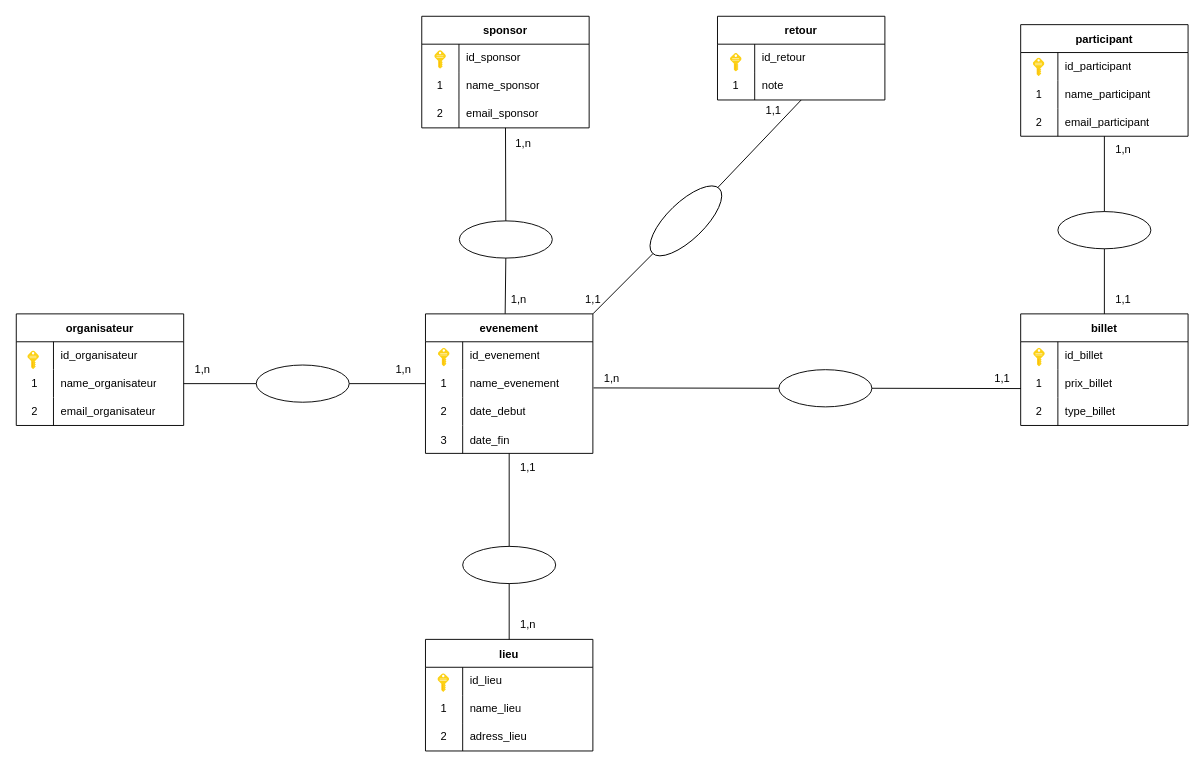
Zakaria-Kharroub/Connect-Event keeps this draw.io diagram as mcd.drawio. Above is the earlier version. Source tidied: cells renumbered, new cells numbered last; positions are measured from the earlier drawing's top-left corner, leaving out a move shared by most shapes. Both pictures are drawn from the tidied source at 93%, with x=0, y=0 at pixel (16, 16).
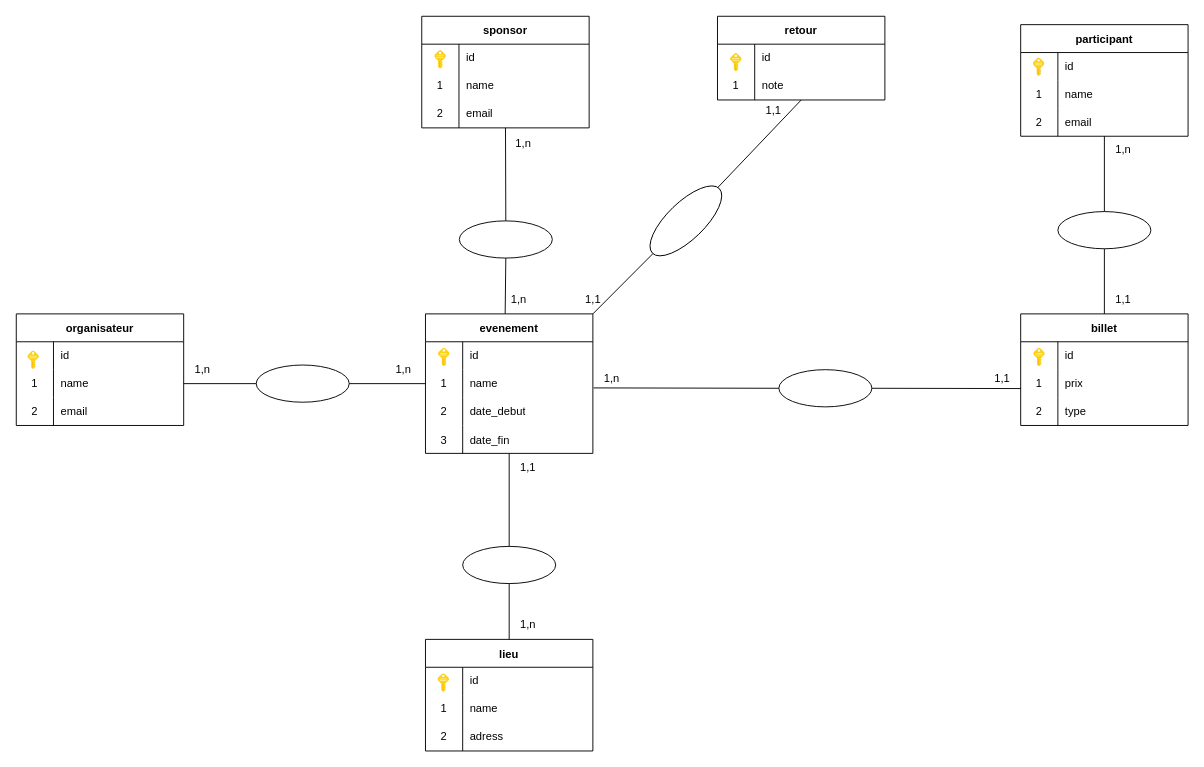
Above is the later version.

The change refers to these unchanged cells:
```xml
<mxCell id="3" style="shape=tableRow;horizontal=0;startSize=0;swimlaneHead=0;swimlaneBody=0;top=0;left=0;bottom=0;right=0;fillColor=none;" parent="2" vertex="1">
  <mxGeometry y="30" width="180" height="30" as="geometry" />
</mxCell>
<mxCell id="6" style="shape=tableRow;horizontal=0;startSize=0;swimlaneHead=0;swimlaneBody=0;top=0;left=0;bottom=0;right=0;fillColor=none;points=[[0,0.5],[1,0.5]];portConstraint=eastwest;" parent="2" vertex="1">
  <mxGeometry y="60" width="180" height="30" as="geometry" />
</mxCell>
<mxCell id="17" style="shape=tableRow;horizontal=0;startSize=0;swimlaneHead=0;swimlaneBody=0;top=0;left=0;bottom=0;right=0;fillColor=none;" parent="16" vertex="1">
  <mxGeometry y="30" width="180" height="30" as="geometry" />
</mxCell>
<mxCell id="20" style="shape=tableRow;horizontal=0;startSize=0;swimlaneHead=0;swimlaneBody=0;top=0;left=0;bottom=0;right=0;fillColor=none;" parent="16" vertex="1">
  <mxGeometry y="60" width="180" height="30" as="geometry" />
</mxCell>
<mxCell id="23" style="shape=tableRow;horizontal=0;startSize=0;swimlaneHead=0;swimlaneBody=0;top=0;left=0;bottom=0;right=0;fillColor=none;points=[[0,0.5],[1,0.5]];portConstraint=eastwest;" parent="16" vertex="1">
  <mxGeometry y="90" width="180" height="30" as="geometry" />
</mxCell>
<mxCell id="28" style="shape=tableRow;horizontal=0;startSize=0;swimlaneHead=0;swimlaneBody=0;top=0;left=0;bottom=0;right=0;fillColor=none;" parent="27" vertex="1">
  <mxGeometry y="30" width="180" height="30" as="geometry" />
</mxCell>
<mxCell id="31" style="shape=tableRow;horizontal=0;startSize=0;swimlaneHead=0;swimlaneBody=0;top=0;left=0;bottom=0;right=0;fillColor=none;" parent="27" vertex="1">
  <mxGeometry y="60" width="180" height="30" as="geometry" />
</mxCell>
<mxCell id="34" style="shape=tableRow;horizontal=0;startSize=0;swimlaneHead=0;swimlaneBody=0;top=0;left=0;bottom=0;right=0;fillColor=none;" parent="27" vertex="1">
  <mxGeometry y="90" width="180" height="30" as="geometry" />
</mxCell>
<mxCell id="39" style="shape=tableRow;horizontal=0;startSize=0;swimlaneHead=0;swimlaneBody=0;top=0;left=0;bottom=0;right=0;fillColor=none;" parent="38" vertex="1">
  <mxGeometry y="30" width="180" height="30" as="geometry" />
</mxCell>
<mxCell id="42" style="shape=tableRow;horizontal=0;startSize=0;swimlaneHead=0;swimlaneBody=0;top=0;left=0;bottom=0;right=0;fillColor=none;" parent="38" vertex="1">
  <mxGeometry y="60" width="180" height="30" as="geometry" />
</mxCell>
<mxCell id="45" style="shape=tableRow;horizontal=0;startSize=0;swimlaneHead=0;swimlaneBody=0;top=0;left=0;bottom=0;right=0;fillColor=none;points=[[0,0.5],[1,0.5]];portConstraint=eastwest;" parent="38" vertex="1">
  <mxGeometry y="90" width="180" height="30" as="geometry" />
</mxCell>
<mxCell id="50" style="shape=tableRow;horizontal=0;startSize=0;swimlaneHead=0;swimlaneBody=0;top=0;left=0;bottom=0;right=0;fillColor=none;" parent="49" vertex="1">
  <mxGeometry y="30" width="180" height="30" as="geometry" />
</mxCell>
<mxCell id="53" style="shape=tableRow;horizontal=0;startSize=0;swimlaneHead=0;swimlaneBody=0;top=0;left=0;bottom=0;right=0;fillColor=none;points=[[0,0.5],[1,0.5]];portConstraint=eastwest;" parent="49" vertex="1">
  <mxGeometry y="60" width="180" height="30" as="geometry" />
</mxCell>
<mxCell id="56" style="shape=tableRow;horizontal=0;startSize=0;swimlaneHead=0;swimlaneBody=0;top=0;left=0;bottom=0;right=0;fillColor=none;" parent="49" vertex="1">
  <mxGeometry y="90" width="180" height="30" as="geometry" />
</mxCell>
<mxCell id="61" style="shape=tableRow;horizontal=0;startSize=0;swimlaneHead=0;swimlaneBody=0;top=0;left=0;bottom=0;right=0;fillColor=none;" parent="60" vertex="1">
  <mxGeometry y="30" width="180" height="30" as="geometry" />
</mxCell>
<mxCell id="64" style="shape=tableRow;horizontal=0;startSize=0;swimlaneHead=0;swimlaneBody=0;top=0;left=0;bottom=0;right=0;fillColor=none;points=[[0,0.5],[1,0.5]];portConstraint=eastwest;" parent="60" vertex="1">
  <mxGeometry y="60" width="180" height="30" as="geometry" />
</mxCell>
<mxCell id="67" style="shape=tableRow;horizontal=0;startSize=0;swimlaneHead=0;swimlaneBody=0;top=0;left=0;bottom=0;right=0;fillColor=none;" parent="60" vertex="1">
  <mxGeometry y="90" width="180" height="30" as="geometry" />
</mxCell>
<mxCell id="71" style="shape=tableRow;horizontal=0;startSize=0;swimlaneHead=0;swimlaneBody=0;top=0;left=0;bottom=0;right=0;fillColor=none;" parent="70" vertex="1">
  <mxGeometry y="30" width="180" height="30" as="geometry" />
</mxCell>
```

Diff of the diagram source:
```diff
@@
-    <mxCell id="5" value="id_evenement" style="shape=partialRectangle;html=1;whiteSpace=wrap;fillColor=none;top=0;left=0;bottom=0;right=0;align=left;spacingLeft=6;overflow=hidden;" parent="3" vertex="1">
+    <mxCell id="5" value="id" style="shape=partialRectangle;html=1;whiteSpace=wrap;fillColor=none;top=0;left=0;bottom=0;right=0;align=left;spacingLeft=6;overflow=hidden;" parent="3" vertex="1">
       <mxGeometry x="40" width="140" height="30" as="geometry" />
     </mxCell>
@@
-    <mxCell id="8" value="name_evenement" style="shape=partialRectangle;html=1;whiteSpace=wrap;fillColor=none;top=0;left=0;bottom=0;right=0;align=left;spacingLeft=6;overflow=hidden;" parent="6" vertex="1">
+    <mxCell id="8" value="name" style="shape=partialRectangle;html=1;whiteSpace=wrap;fillColor=none;top=0;left=0;bottom=0;right=0;align=left;spacingLeft=6;overflow=hidden;" parent="6" vertex="1">
       <mxGeometry x="40" width="140" height="30" as="geometry" />
     </mxCell>
@@
-    <mxCell id="19" value="id_participant" style="shape=partialRectangle;html=1;whiteSpace=wrap;fillColor=none;top=0;left=0;bottom=0;right=0;align=left;spacingLeft=6;overflow=hidden;" parent="17" vertex="1">
+    <mxCell id="19" value="id" style="shape=partialRectangle;html=1;whiteSpace=wrap;fillColor=none;top=0;left=0;bottom=0;right=0;align=left;spacingLeft=6;overflow=hidden;" parent="17" vertex="1">
       <mxGeometry x="40" width="140" height="30" as="geometry" />
     </mxCell>
@@
-    <mxCell id="22" value="name_participant" style="shape=partialRectangle;html=1;whiteSpace=wrap;fillColor=none;top=0;left=0;bottom=0;right=0;align=left;spacingLeft=6;overflow=hidden;" parent="20" vertex="1">
+    <mxCell id="22" value="name" style="shape=partialRectangle;html=1;whiteSpace=wrap;fillColor=none;top=0;left=0;bottom=0;right=0;align=left;spacingLeft=6;overflow=hidden;" parent="20" vertex="1">
       <mxGeometry x="40" width="140" height="30" as="geometry" />
     </mxCell>
@@
-    <mxCell id="25" value="email_participant" style="shape=partialRectangle;html=1;whiteSpace=wrap;fillColor=none;top=0;left=0;bottom=0;right=0;align=left;spacingLeft=6;overflow=hidden;" parent="23" vertex="1">
+    <mxCell id="25" value="email" style="shape=partialRectangle;html=1;whiteSpace=wrap;fillColor=none;top=0;left=0;bottom=0;right=0;align=left;spacingLeft=6;overflow=hidden;" parent="23" vertex="1">
       <mxGeometry x="40" width="140" height="30" as="geometry" />
     </mxCell>
@@
-    <mxCell id="30" value="id_lieu" style="shape=partialRectangle;html=1;whiteSpace=wrap;fillColor=none;top=0;left=0;bottom=0;right=0;align=left;spacingLeft=6;overflow=hidden;" parent="28" vertex="1">
+    <mxCell id="30" value="id" style="shape=partialRectangle;html=1;whiteSpace=wrap;fillColor=none;top=0;left=0;bottom=0;right=0;align=left;spacingLeft=6;overflow=hidden;" parent="28" vertex="1">
       <mxGeometry x="40" width="140" height="30" as="geometry" />
     </mxCell>
@@
-    <mxCell id="33" value="name_lieu" style="shape=partialRectangle;html=1;whiteSpace=wrap;fillColor=none;top=0;left=0;bottom=0;right=0;align=left;spacingLeft=6;overflow=hidden;" parent="31" vertex="1">
+    <mxCell id="33" value="name" style="shape=partialRectangle;html=1;whiteSpace=wrap;fillColor=none;top=0;left=0;bottom=0;right=0;align=left;spacingLeft=6;overflow=hidden;" parent="31" vertex="1">
       <mxGeometry x="40" width="140" height="30" as="geometry" />
     </mxCell>
@@
-    <mxCell id="36" value="adress_lieu" style="shape=partialRectangle;html=1;whiteSpace=wrap;fillColor=none;top=0;left=0;bottom=0;right=0;align=left;spacingLeft=6;overflow=hidden;" parent="34" vertex="1">
+    <mxCell id="36" value="adress" style="shape=partialRectangle;html=1;whiteSpace=wrap;fillColor=none;top=0;left=0;bottom=0;right=0;align=left;spacingLeft=6;overflow=hidden;" parent="34" vertex="1">
       <mxGeometry x="40" width="140" height="30" as="geometry" />
     </mxCell>
@@
-    <mxCell id="41" value="id_sponsor" style="shape=partialRectangle;html=1;whiteSpace=wrap;fillColor=none;top=0;left=0;bottom=0;right=0;align=left;spacingLeft=6;overflow=hidden;" parent="39" vertex="1">
+    <mxCell id="41" value="id" style="shape=partialRectangle;html=1;whiteSpace=wrap;fillColor=none;top=0;left=0;bottom=0;right=0;align=left;spacingLeft=6;overflow=hidden;" parent="39" vertex="1">
       <mxGeometry x="40" width="140" height="30" as="geometry" />
     </mxCell>
@@
-    <mxCell id="44" value="name_sponsor" style="shape=partialRectangle;html=1;whiteSpace=wrap;fillColor=none;top=0;left=0;bottom=0;right=0;align=left;spacingLeft=6;overflow=hidden;" parent="42" vertex="1">
+    <mxCell id="44" value="name" style="shape=partialRectangle;html=1;whiteSpace=wrap;fillColor=none;top=0;left=0;bottom=0;right=0;align=left;spacingLeft=6;overflow=hidden;" parent="42" vertex="1">
       <mxGeometry x="40" width="140" height="30" as="geometry" />
     </mxCell>
@@
-    <mxCell id="47" value="email_sponsor" style="shape=partialRectangle;html=1;whiteSpace=wrap;fillColor=none;top=0;left=0;bottom=0;right=0;align=left;spacingLeft=6;overflow=hidden;" parent="45" vertex="1">
+    <mxCell id="47" value="email" style="shape=partialRectangle;html=1;whiteSpace=wrap;fillColor=none;top=0;left=0;bottom=0;right=0;align=left;spacingLeft=6;overflow=hidden;" parent="45" vertex="1">
       <mxGeometry x="40" width="140" height="30" as="geometry" />
     </mxCell>
@@
-    <mxCell id="52" value="id_billet" style="shape=partialRectangle;html=1;whiteSpace=wrap;fillColor=none;top=0;left=0;bottom=0;right=0;align=left;spacingLeft=6;overflow=hidden;" parent="50" vertex="1">
+    <mxCell id="52" value="id" style="shape=partialRectangle;html=1;whiteSpace=wrap;fillColor=none;top=0;left=0;bottom=0;right=0;align=left;spacingLeft=6;overflow=hidden;" parent="50" vertex="1">
       <mxGeometry x="40" width="140" height="30" as="geometry" />
     </mxCell>
@@
-    <mxCell id="55" value="prix_billet" style="shape=partialRectangle;html=1;whiteSpace=wrap;fillColor=none;top=0;left=0;bottom=0;right=0;align=left;spacingLeft=6;overflow=hidden;" parent="53" vertex="1">
+    <mxCell id="55" value="prix" style="shape=partialRectangle;html=1;whiteSpace=wrap;fillColor=none;top=0;left=0;bottom=0;right=0;align=left;spacingLeft=6;overflow=hidden;" parent="53" vertex="1">
       <mxGeometry x="40" width="140" height="30" as="geometry" />
     </mxCell>
@@
-    <mxCell id="58" value="type_billet" style="shape=partialRectangle;html=1;whiteSpace=wrap;fillColor=none;top=0;left=0;bottom=0;right=0;align=left;spacingLeft=6;overflow=hidden;" parent="56" vertex="1">
+    <mxCell id="58" value="type" style="shape=partialRectangle;html=1;whiteSpace=wrap;fillColor=none;top=0;left=0;bottom=0;right=0;align=left;spacingLeft=6;overflow=hidden;" parent="56" vertex="1">
       <mxGeometry x="40" width="140" height="30" as="geometry" />
     </mxCell>
@@
-    <mxCell id="63" value="id_organisateur" style="shape=partialRectangle;html=1;whiteSpace=wrap;fillColor=none;top=0;left=0;bottom=0;right=0;align=left;spacingLeft=6;overflow=hidden;" parent="61" vertex="1">
+    <mxCell id="63" value="id" style="shape=partialRectangle;html=1;whiteSpace=wrap;fillColor=none;top=0;left=0;bottom=0;right=0;align=left;spacingLeft=6;overflow=hidden;" parent="61" vertex="1">
       <mxGeometry x="40" width="140" height="30" as="geometry" />
     </mxCell>
@@
-    <mxCell id="66" value="name_organisateur" style="shape=partialRectangle;html=1;whiteSpace=wrap;fillColor=none;top=0;left=0;bottom=0;right=0;align=left;spacingLeft=6;overflow=hidden;" parent="64" vertex="1">
+    <mxCell id="66" value="name" style="shape=partialRectangle;html=1;whiteSpace=wrap;fillColor=none;top=0;left=0;bottom=0;right=0;align=left;spacingLeft=6;overflow=hidden;" parent="64" vertex="1">
       <mxGeometry x="40" width="140" height="30" as="geometry" />
     </mxCell>
@@
-    <mxCell id="69" value="email_organisateur" style="shape=partialRectangle;html=1;whiteSpace=wrap;fillColor=none;top=0;left=0;bottom=0;right=0;align=left;spacingLeft=6;overflow=hidden;" parent="67" vertex="1">
+    <mxCell id="69" value="email" style="shape=partialRectangle;html=1;whiteSpace=wrap;fillColor=none;top=0;left=0;bottom=0;right=0;align=left;spacingLeft=6;overflow=hidden;" parent="67" vertex="1">
       <mxGeometry x="40" width="140" height="30" as="geometry" />
     </mxCell>
@@
-    <mxCell id="73" value="id_retour" style="shape=partialRectangle;html=1;whiteSpace=wrap;fillColor=none;top=0;left=0;bottom=0;right=0;align=left;spacingLeft=6;overflow=hidden;" parent="71" vertex="1">
+    <mxCell id="73" value="id" style="shape=partialRectangle;html=1;whiteSpace=wrap;fillColor=none;top=0;left=0;bottom=0;right=0;align=left;spacingLeft=6;overflow=hidden;" parent="71" vertex="1">
       <mxGeometry x="40" width="140" height="30" as="geometry" />
     </mxCell>
```
